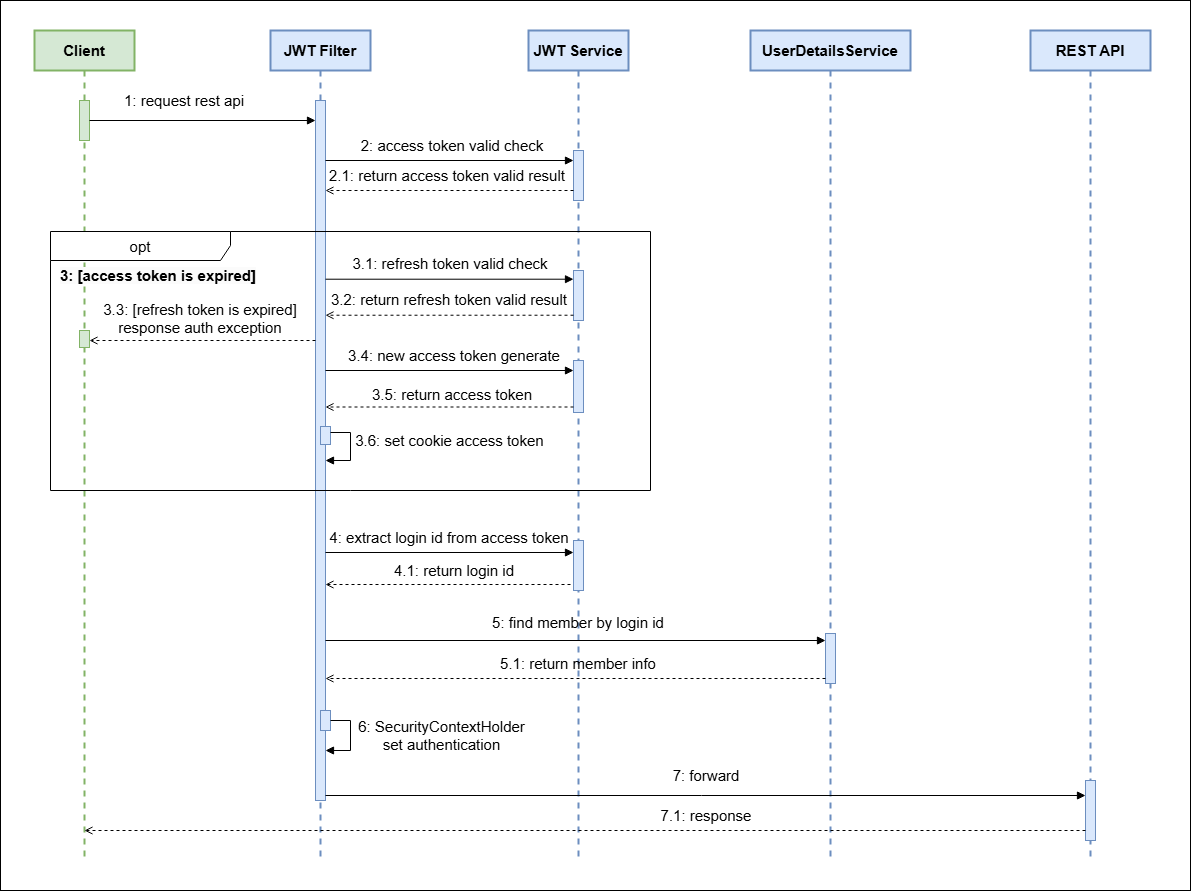
Before: assets/img/jwtfilter.png, a diagram exported from draw.io (chwan3124/wizlq_portfolio). Source tidied: cells renumbered, new cells last; positions are measured from the earlier drawing's top-left corner, leaving out a move shared by most shapes. Its diagram source:
```xml
<mxGraphModel>
  <root>
    <mxCell id="0" />
    <mxCell id="1" parent="0" />
    <mxCell id="2" style="rounded=0;whiteSpace=wrap;html=1;" parent="1" vertex="1">
      <mxGeometry width="1190" height="890" as="geometry" />
    </mxCell>
    <mxCell id="3" value="Client" style="shape=umlLifeline;perimeter=lifelinePerimeter;whiteSpace=wrap;html=1;outlineConnect=0;portConstraint=eastwest;newEdgeStyle={&quot;curved&quot;:0,&quot;rounded&quot;:0};strokeWidth=2;fillColor=#d5e8d4;strokeColor=#82b366;fontStyle=1;fontSize=15;" parent="1" vertex="1">
      <mxGeometry x="34" y="30" width="100" height="830" as="geometry" />
    </mxCell>
    <mxCell id="4" style="html=1;points=[[0,0,0,0,5],[0,1,0,0,-5],[1,0,0,0,5],[1,1,0,0,-5]];perimeter=orthogonalPerimeter;outlineConnect=0;targetShapes=umlLifeline;portConstraint=eastwest;newEdgeStyle={&quot;curved&quot;:0,&quot;rounded&quot;:0};fillColor=#d5e8d4;strokeColor=#82b366;fontSize=15;" parent="3" vertex="1">
      <mxGeometry x="45" y="70" width="10" height="40" as="geometry" />
    </mxCell>
    <mxCell id="5" value="JWT Filter" style="shape=umlLifeline;perimeter=lifelinePerimeter;whiteSpace=wrap;html=1;newEdgeStyle={&quot;curved&quot;:0,&quot;rounded&quot;:0};strokeWidth=2;fillColor=#dae8fc;strokeColor=#6c8ebf;fontStyle=1;fontSize=15;" parent="1" vertex="1">
      <mxGeometry x="270" y="30" width="100" height="830" as="geometry" />
    </mxCell>
    <mxCell id="6" style="html=1;points=[[0,0,0,0,5],[0,1,0,0,-5],[1,0,0,0,5],[1,1,0,0,-5]];perimeter=orthogonalPerimeter;outlineConnect=0;targetShapes=umlLifeline;portConstraint=eastwest;newEdgeStyle={&quot;curved&quot;:0,&quot;rounded&quot;:0};fillColor=#dae8fc;strokeColor=#6c8ebf;fontSize=15;" parent="5" vertex="1">
      <mxGeometry x="45" y="70" width="10" height="700" as="geometry" />
    </mxCell>
    <mxCell id="7" style="html=1;points=[[0,0,0,0,5],[0,1,0,0,-5],[1,0,0,0,5],[1,1,0,0,-5]];perimeter=orthogonalPerimeter;outlineConnect=0;targetShapes=umlLifeline;portConstraint=eastwest;newEdgeStyle={&quot;curved&quot;:0,&quot;rounded&quot;:0};fillColor=#dae8fc;strokeColor=#6c8ebf;fontSize=15;" parent="5" vertex="1">
      <mxGeometry x="50" y="680" width="10" height="20" as="geometry" />
    </mxCell>
    <mxCell id="8" value="6: SecurityContextHolder&lt;div&gt;set authentication&lt;/div&gt;" style="html=1;align=center;spacingLeft=2;endArrow=block;rounded=0;edgeStyle=orthogonalEdgeStyle;curved=0;rounded=0;fontSize=15;" parent="5" edge="1" source="7">
      <mxGeometry x="-0.06" y="90" relative="1" as="geometry">
        <mxPoint x="55" y="720" as="targetPoint" />
        <Array as="points">
          <mxPoint x="80" y="690" />
          <mxPoint x="80" y="720" />
        </Array>
      </mxGeometry>
    </mxCell>
    <mxCell id="9" value="JWT Service" style="shape=umlLifeline;perimeter=lifelinePerimeter;whiteSpace=wrap;html=1;newEdgeStyle={&quot;curved&quot;:0,&quot;rounded&quot;:0};strokeWidth=2;fillColor=#dae8fc;strokeColor=#6c8ebf;fontStyle=1;fontSize=15;" parent="1" vertex="1">
      <mxGeometry x="528" y="30" width="100" height="830" as="geometry" />
    </mxCell>
    <mxCell id="10" style="html=1;points=[[0,0,0,0,5],[0,1,0,0,-5],[1,0,0,0,5],[1,1,0,0,-5]];perimeter=orthogonalPerimeter;outlineConnect=0;targetShapes=umlLifeline;portConstraint=eastwest;newEdgeStyle={&quot;curved&quot;:0,&quot;rounded&quot;:0};fillColor=#dae8fc;strokeColor=#6c8ebf;fontSize=15;" parent="9" vertex="1">
      <mxGeometry x="45" y="510" width="10" height="50" as="geometry" />
    </mxCell>
    <mxCell id="11" style="html=1;perimeter=orthogonalPerimeter;targetShapes=umlLifeline;newEdgeStyle={&quot;curved&quot;:0,&quot;rounded&quot;:0};fillColor=#dae8fc;strokeColor=#6c8ebf;fontSize=15;" parent="9" vertex="1">
      <mxGeometry x="45" y="120" width="10" height="50" as="geometry" />
    </mxCell>
    <mxCell id="12" style="endArrow=block;html=1;rounded=0;fontSize=15;endFill=1;" parent="1" edge="1" source="4" target="6">
      <mxGeometry relative="1" as="geometry" />
    </mxCell>
    <mxCell id="13" value="1: request rest api" style="text;html=1;align=center;verticalAlign=middle;whiteSpace=wrap;rounded=0;fontSize=15;" parent="1" vertex="1">
      <mxGeometry x="110" y="90" width="148" height="20" as="geometry" />
    </mxCell>
    <mxCell id="14" style="endArrow=block;html=1;rounded=0;fontSize=15;endFill=1;" parent="1" edge="1" target="10">
      <mxGeometry relative="1" as="geometry">
        <mxPoint x="325" y="552" as="sourcePoint" />
      </mxGeometry>
    </mxCell>
    <mxCell id="15" style="endArrow=open;html=1;rounded=0;dashed=1;fontSize=15;endFill=0;" parent="1" edge="1">
      <mxGeometry relative="1" as="geometry">
        <mxPoint x="570" y="584" as="sourcePoint" />
        <mxPoint x="325" y="584" as="targetPoint" />
      </mxGeometry>
    </mxCell>
    <mxCell id="16" value="4: extract login id&amp;nbsp;&lt;span style=&quot;background-color: initial;&quot;&gt;from access token&lt;/span&gt;" style="text;html=1;align=center;verticalAlign=middle;whiteSpace=wrap;rounded=0;fontSize=15;" parent="1" vertex="1">
      <mxGeometry x="328" y="522" width="242" height="30" as="geometry" />
    </mxCell>
    <mxCell id="17" value="4.1: return login id" style="text;html=1;align=center;verticalAlign=middle;whiteSpace=wrap;rounded=0;fontSize=15;" parent="1" vertex="1">
      <mxGeometry x="380" y="555" width="148" height="30" as="geometry" />
    </mxCell>
    <mxCell id="18" value="UserDetailsService" style="shape=umlLifeline;perimeter=lifelinePerimeter;whiteSpace=wrap;html=1;newEdgeStyle={&quot;curved&quot;:0,&quot;rounded&quot;:0};strokeWidth=2;fillColor=#dae8fc;strokeColor=#6c8ebf;fontStyle=1;fontSize=15;" parent="1" vertex="1">
      <mxGeometry x="750" y="30" width="160" height="830" as="geometry" />
    </mxCell>
    <mxCell id="19" style="html=1;points=[[0,0,0,0,5],[0,1,0,0,-5],[1,0,0,0,5],[1,1,0,0,-5]];perimeter=orthogonalPerimeter;outlineConnect=0;targetShapes=umlLifeline;portConstraint=eastwest;newEdgeStyle={&quot;curved&quot;:0,&quot;rounded&quot;:0};fillColor=#dae8fc;strokeColor=#6c8ebf;fontSize=15;" parent="18" vertex="1">
      <mxGeometry x="75" y="603" width="10" height="50" as="geometry" />
    </mxCell>
    <mxCell id="20" style="endArrow=block;html=1;rounded=0;fontSize=15;endFill=1;" parent="1" edge="1">
      <mxGeometry relative="1" as="geometry">
        <mxPoint x="325" y="640" as="sourcePoint" />
        <mxPoint x="825" y="640" as="targetPoint" />
      </mxGeometry>
    </mxCell>
    <mxCell id="21" style="endArrow=open;html=1;rounded=0;dashed=1;exitX=0;exitY=1;exitDx=0;exitDy=-5;exitPerimeter=0;fontSize=15;endFill=0;" parent="1" edge="1" source="19" target="6">
      <mxGeometry relative="1" as="geometry" />
    </mxCell>
    <mxCell id="22" value="5.1: return member info" style="text;html=1;align=center;verticalAlign=middle;whiteSpace=wrap;rounded=0;fontSize=15;" parent="1" vertex="1">
      <mxGeometry x="472" y="648" width="212" height="30" as="geometry" />
    </mxCell>
    <mxCell id="23" value="5: find member by login id" style="text;html=1;align=center;verticalAlign=middle;whiteSpace=wrap;rounded=0;fontSize=15;" parent="1" vertex="1">
      <mxGeometry x="476" y="607" width="204" height="30" as="geometry" />
    </mxCell>
    <mxCell id="24" style="endArrow=block;html=1;rounded=0;fontSize=15;endFill=1;" parent="1" edge="1">
      <mxGeometry relative="1" as="geometry">
        <mxPoint x="325" y="160" as="sourcePoint" />
        <mxPoint x="573" y="160" as="targetPoint" />
      </mxGeometry>
    </mxCell>
    <mxCell id="25" value="2: access token valid check" style="text;html=1;align=center;verticalAlign=middle;whiteSpace=wrap;rounded=0;fontSize=15;" parent="1" vertex="1">
      <mxGeometry x="354" y="130" width="196" height="30" as="geometry" />
    </mxCell>
    <mxCell id="26" value="opt" style="shape=umlFrame;whiteSpace=wrap;html=1;width=180;height=29;fontSize=15;" parent="1" vertex="1">
      <mxGeometry x="50" y="231" width="600" height="259" as="geometry" />
    </mxCell>
    <mxCell id="27" style="endArrow=open;html=1;rounded=0;dashed=1;fontSize=15;endFill=0;" parent="1" edge="1">
      <mxGeometry relative="1" as="geometry">
        <mxPoint x="573" y="190" as="sourcePoint" />
        <mxPoint x="325" y="190" as="targetPoint" />
      </mxGeometry>
    </mxCell>
    <mxCell id="28" value="2.1: return access token valid result" style="text;html=1;align=center;verticalAlign=middle;whiteSpace=wrap;rounded=0;fontSize=15;" parent="1" vertex="1">
      <mxGeometry x="319" y="160" width="256" height="30" as="geometry" />
    </mxCell>
    <mxCell id="29" style="html=1;perimeter=orthogonalPerimeter;targetShapes=umlLifeline;newEdgeStyle={&quot;curved&quot;:0,&quot;rounded&quot;:0};fillColor=#dae8fc;strokeColor=#6c8ebf;fontSize=15;" parent="1" vertex="1">
      <mxGeometry x="573" y="360" width="10" height="52" as="geometry" />
    </mxCell>
    <mxCell id="30" value="3.4: new access token generate" style="text;html=1;align=center;verticalAlign=middle;whiteSpace=wrap;rounded=0;fontSize=15;" parent="1" vertex="1">
      <mxGeometry x="328" y="340" width="252" height="30" as="geometry" />
    </mxCell>
    <mxCell id="31" style="endArrow=block;html=1;rounded=0;fontSize=15;endFill=1;" parent="1" edge="1">
      <mxGeometry relative="1" as="geometry">
        <mxPoint x="325" y="370" as="sourcePoint" />
        <mxPoint x="573" y="370" as="targetPoint" />
      </mxGeometry>
    </mxCell>
    <mxCell id="32" style="endArrow=open;html=1;rounded=0;dashed=1;fontSize=15;endFill=0;" parent="1" edge="1">
      <mxGeometry relative="1" as="geometry">
        <mxPoint x="573" y="406.5" as="sourcePoint" />
        <mxPoint x="325" y="406.5" as="targetPoint" />
      </mxGeometry>
    </mxCell>
    <mxCell id="33" value="3.5: return access token" style="text;html=1;align=center;verticalAlign=middle;whiteSpace=wrap;rounded=0;fontSize=15;" parent="1" vertex="1">
      <mxGeometry x="356" y="378.5" width="192" height="30" as="geometry" />
    </mxCell>
    <mxCell id="34" style="endArrow=classic;html=1;rounded=0;dashed=1;fontSize=15;" parent="1" edge="1">
      <mxGeometry relative="1" as="geometry">
        <mxPoint x="89" y="710.6" as="sourcePoint" />
        <mxPoint x="89" y="710.6" as="targetPoint" />
      </mxGeometry>
    </mxCell>
    <mxCell id="35" value="REST API" style="shape=umlLifeline;perimeter=lifelinePerimeter;whiteSpace=wrap;html=1;newEdgeStyle={&quot;curved&quot;:0,&quot;rounded&quot;:0};strokeWidth=2;fillColor=#dae8fc;strokeColor=#6c8ebf;fontStyle=1;fontSize=15;" parent="1" vertex="1">
      <mxGeometry x="1030" y="30" width="120" height="830" as="geometry" />
    </mxCell>
    <mxCell id="36" style="html=1;points=[[0,0,0,0,5],[0,1,0,0,-5],[1,0,0,0,5],[1,1,0,0,-5]];perimeter=orthogonalPerimeter;outlineConnect=0;targetShapes=umlLifeline;portConstraint=eastwest;newEdgeStyle={&quot;curved&quot;:0,&quot;rounded&quot;:0};fillColor=#dae8fc;strokeColor=#6c8ebf;fontSize=15;" parent="35" vertex="1">
      <mxGeometry x="55" y="750" width="10" height="60" as="geometry" />
    </mxCell>
    <mxCell id="37" value="3.1: refresh token valid check" style="text;html=1;align=center;verticalAlign=middle;whiteSpace=wrap;rounded=0;fontSize=15;" parent="1" vertex="1">
      <mxGeometry x="325" y="248" width="250" height="30" as="geometry" />
    </mxCell>
    <mxCell id="38" style="html=1;perimeter=orthogonalPerimeter;targetShapes=umlLifeline;newEdgeStyle={&quot;curved&quot;:0,&quot;rounded&quot;:0};fillColor=#dae8fc;strokeColor=#6c8ebf;fontSize=15;" parent="1" vertex="1">
      <mxGeometry x="573" y="270" width="10" height="50" as="geometry" />
    </mxCell>
    <mxCell id="39" style="endArrow=block;html=1;rounded=0;fontSize=15;endFill=1;" parent="1" edge="1">
      <mxGeometry relative="1" as="geometry">
        <mxPoint x="325" y="278.7" as="sourcePoint" />
        <mxPoint x="573" y="278.7" as="targetPoint" />
      </mxGeometry>
    </mxCell>
    <mxCell id="40" style="endArrow=block;html=1;rounded=0;fontSize=15;endFill=1;" parent="1" edge="1" target="36">
      <mxGeometry relative="1" as="geometry">
        <mxPoint x="325" y="795" as="sourcePoint" />
      </mxGeometry>
    </mxCell>
    <mxCell id="41" style="endArrow=open;html=1;rounded=0;dashed=1;fontSize=15;endFill=0;" parent="1" edge="1" target="3">
      <mxGeometry relative="1" as="geometry">
        <mxPoint x="1085" y="830" as="sourcePoint" />
      </mxGeometry>
    </mxCell>
    <mxCell id="42" value="7: forward" style="text;html=1;align=center;verticalAlign=middle;whiteSpace=wrap;rounded=0;fontSize=15;" parent="1" vertex="1">
      <mxGeometry x="620" y="760" width="172" height="30" as="geometry" />
    </mxCell>
    <mxCell id="43" value="7.1: response" style="text;html=1;align=center;verticalAlign=middle;whiteSpace=wrap;rounded=0;fontSize=15;" parent="1" vertex="1">
      <mxGeometry x="620" y="800" width="172" height="30" as="geometry" />
    </mxCell>
    <mxCell id="44" style="endArrow=open;html=1;rounded=0;dashed=1;fontSize=15;endFill=0;" parent="1" edge="1" target="45">
      <mxGeometry relative="1" as="geometry">
        <mxPoint x="315" y="340" as="sourcePoint" />
      </mxGeometry>
    </mxCell>
    <mxCell id="45" style="html=1;points=[[0,0,0,0,5],[0,1,0,0,-5],[1,0,0,0,5],[1,1,0,0,-5]];perimeter=orthogonalPerimeter;outlineConnect=0;targetShapes=umlLifeline;portConstraint=eastwest;newEdgeStyle={&quot;curved&quot;:0,&quot;rounded&quot;:0};fillColor=#d5e8d4;strokeColor=#82b366;fontSize=15;" parent="1" vertex="1">
      <mxGeometry x="79" y="330" width="10" height="17" as="geometry" />
    </mxCell>
    <mxCell id="46" value="3.3: [refresh token is expired]&lt;div&gt;response auth exception&lt;/div&gt;" style="text;html=1;align=center;verticalAlign=middle;whiteSpace=wrap;rounded=0;fontSize=15;" parent="1" vertex="1">
      <mxGeometry x="96" y="303" width="208" height="30" as="geometry" />
    </mxCell>
    <mxCell id="47" style="html=1;points=[[0,0,0,0,5],[0,1,0,0,-5],[1,0,0,0,5],[1,1,0,0,-5]];perimeter=orthogonalPerimeter;outlineConnect=0;targetShapes=umlLifeline;portConstraint=eastwest;newEdgeStyle={&quot;curved&quot;:0,&quot;rounded&quot;:0};fillColor=#dae8fc;strokeColor=#6c8ebf;fontSize=15;" parent="1" vertex="1">
      <mxGeometry x="320" y="426" width="10" height="18" as="geometry" />
    </mxCell>
    <mxCell id="48" value="3.6: set cookie access token&amp;nbsp;" style="html=1;align=center;spacingLeft=2;endArrow=block;rounded=0;edgeStyle=orthogonalEdgeStyle;curved=0;rounded=0;fontSize=15;" parent="1" edge="1" source="47">
      <mxGeometry x="-0.23" y="100" relative="1" as="geometry">
        <mxPoint x="325" y="460" as="targetPoint" />
        <Array as="points">
          <mxPoint x="350" y="432" />
          <mxPoint x="350" y="460" />
        </Array>
      </mxGeometry>
    </mxCell>
    <mxCell id="49" value="&lt;span style=&quot;color: rgb(0, 0, 0); font-family: Helvetica; font-size: 15px; font-style: normal; font-variant-ligatures: normal; font-variant-caps: normal; letter-spacing: normal; orphans: 2; text-align: center; text-indent: 0px; text-transform: none; widows: 2; word-spacing: 0px; -webkit-text-stroke-width: 0px; white-space: normal; background-color: rgb(251, 251, 251); text-decoration-thickness: initial; text-decoration-style: initial; text-decoration-color: initial; float: none; display: inline !important;&quot;&gt;3: [access token is expired]&lt;/span&gt;" style="text;whiteSpace=wrap;html=1;fontStyle=1;" parent="1" vertex="1">
      <mxGeometry x="58" y="260" width="212" height="30" as="geometry" />
    </mxCell>
    <mxCell id="50" value="3.2: return refresh token valid result" style="text;html=1;align=center;verticalAlign=middle;whiteSpace=wrap;rounded=0;fontSize=15;" parent="1" vertex="1">
      <mxGeometry x="321" y="284" width="256" height="30" as="geometry" />
    </mxCell>
    <mxCell id="51" style="endArrow=open;html=1;rounded=0;dashed=1;fontSize=15;endFill=0;" parent="1" edge="1">
      <mxGeometry relative="1" as="geometry">
        <mxPoint x="573" y="314.7" as="sourcePoint" />
        <mxPoint x="325" y="314.7" as="targetPoint" />
      </mxGeometry>
    </mxCell>
  </root>
</mxGraphModel>
```
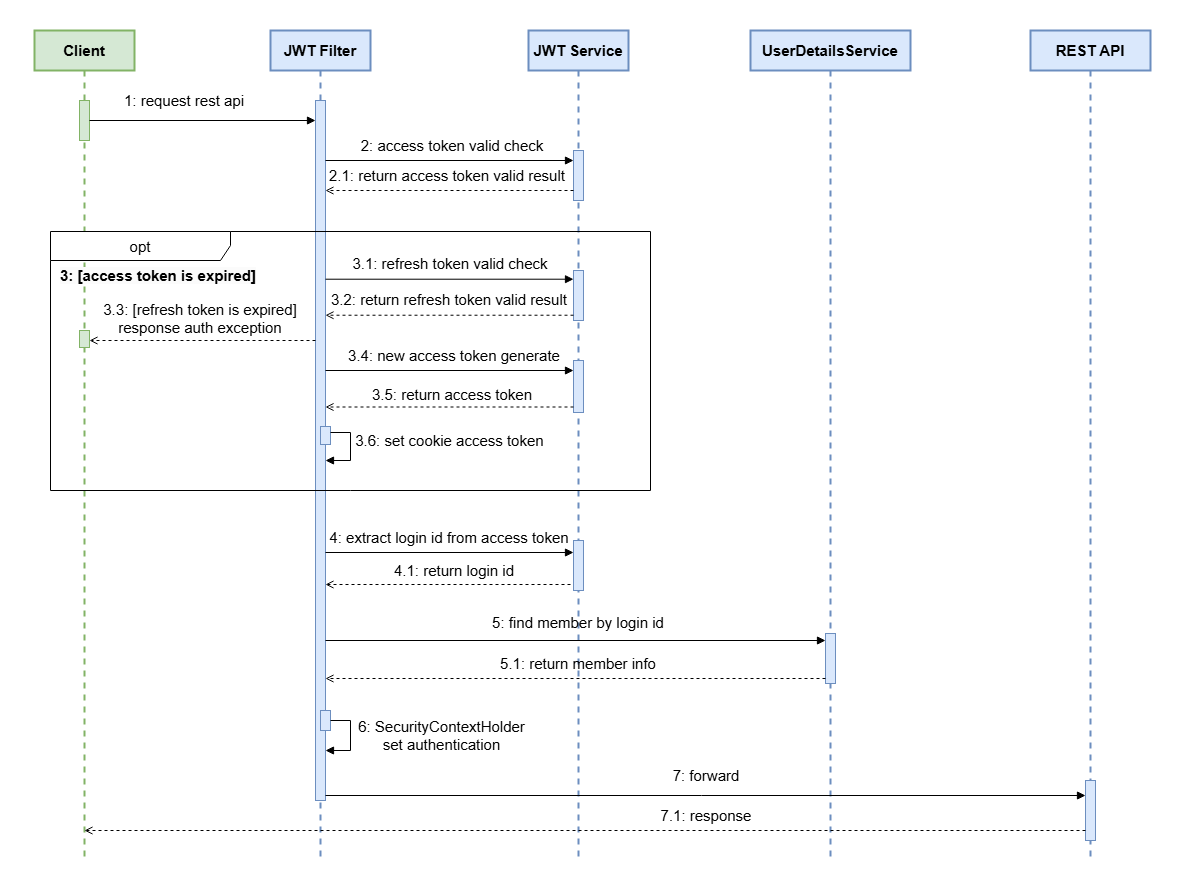
The same diagram one commit later.

Diff of the diagram source:
```diff
@@ -2,8 +2,8 @@
   <root>
     <mxCell id="0" />
     <mxCell id="1" parent="0" />
-    <mxCell id="2" style="rounded=0;whiteSpace=wrap;html=1;" parent="1" vertex="1">
-      <mxGeometry width="1190" height="890" as="geometry" />
+    <mxCell id="2" style="rounded=0;whiteSpace=wrap;html=1;strokeColor=none;" parent="1" vertex="1">
+      <mxGeometry width="1180" height="880" as="geometry" />
     </mxCell>
     <mxCell id="3" value="Client" style="shape=umlLifeline;perimeter=lifelinePerimeter;whiteSpace=wrap;html=1;outlineConnect=0;portConstraint=eastwest;newEdgeStyle={&quot;curved&quot;:0,&quot;rounded&quot;:0};strokeWidth=2;fillColor=#d5e8d4;strokeColor=#82b366;fontStyle=1;fontSize=15;" parent="1" vertex="1">
       <mxGeometry x="34" y="30" width="100" height="830" as="geometry" />
```
